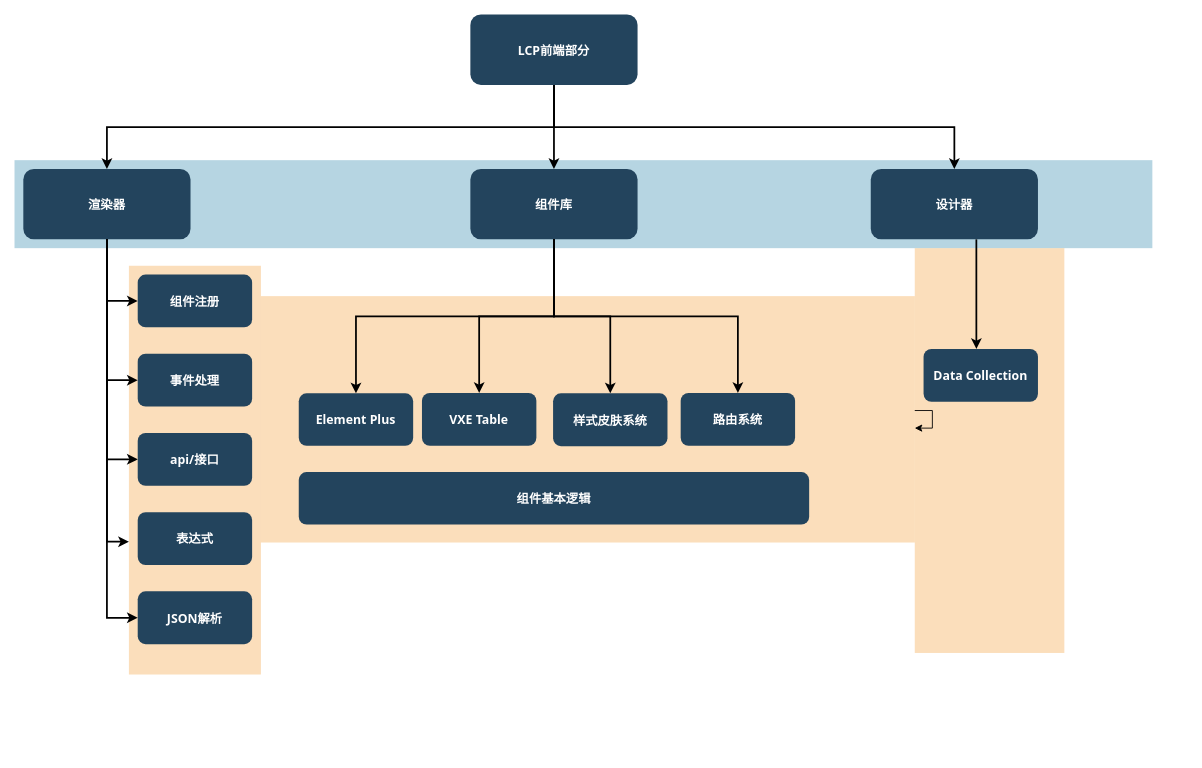
Earlier version of the draw.io diagram 模块功能.drawio (eddyzhang1986/lcparch). Source tidied: cells renumbered, new cells numbered last; positions are measured from the earlier drawing's top-left corner, leaving out a move shared by most shapes. Both pictures are drawn from the tidied source at 88%, with x=0, y=0 at pixel (14, 14).
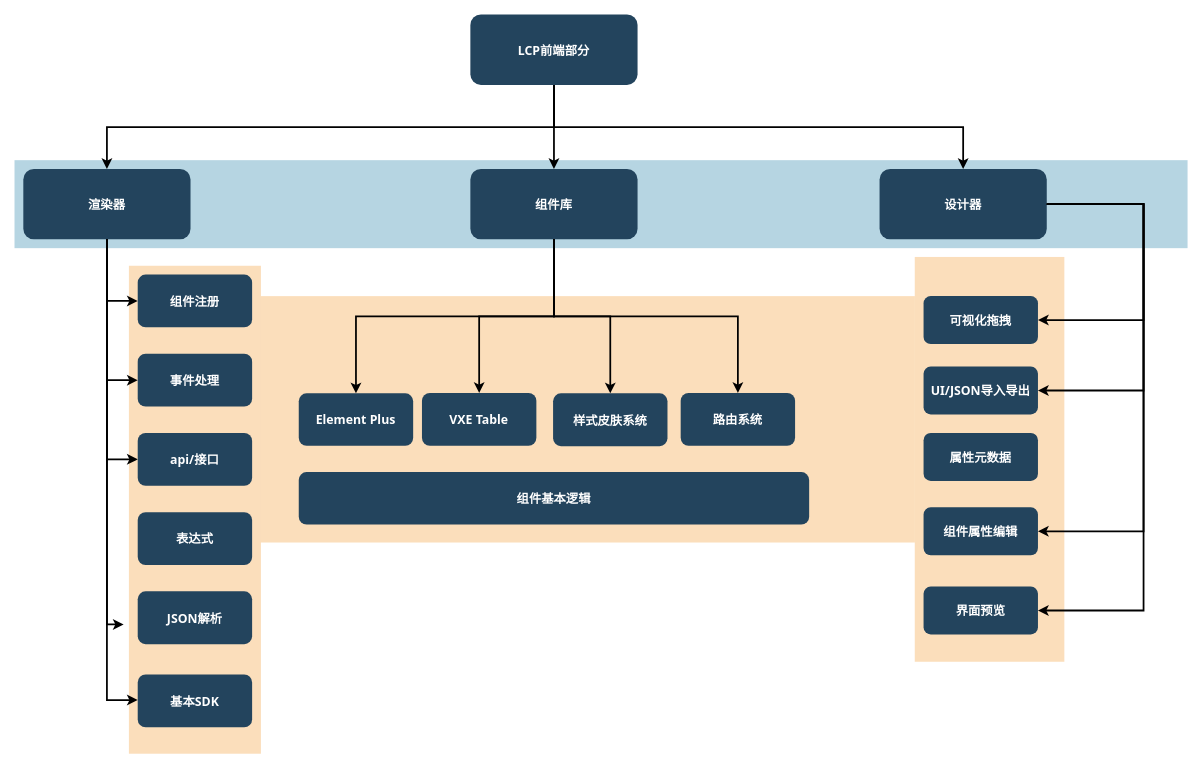
After the change.

Commit message (it also covers changes not shown here):
更新模块功能.drawio

The change refers to these unchanged cells:
```xml
<mxCell id="5" style="fillColor=#F2931E;strokeColor=none;opacity=30;" parent="1" vertex="1">
  <mxGeometry x="280" y="320" width="743" height="280" as="geometry" />
</mxCell>
<mxCell id="29" value="JSON解析" style="rounded=1;fillColor=#23445D;gradientColor=none;strokeColor=none;fontColor=#FFFFFF;fontStyle=1;fontFamily=Tahoma;fontSize=14;" parent="1" vertex="1">
  <mxGeometry x="140" y="655.5" width="130" height="60" as="geometry" />
</mxCell>
```

Diff of the diagram source:
```diff
@@
     <mxCell id="2" style="fillColor=#10739E;strokeColor=none;opacity=30;" parent="1" vertex="1">
-      <mxGeometry y="165.5" width="1293" height="100" as="geometry" />
+      <mxGeometry y="165.5" width="1333" height="100" as="geometry" />
     </mxCell>
     <mxCell id="3" style="fillColor=#F2931E;strokeColor=none;opacity=30;" parent="1" vertex="1">
-      <mxGeometry x="1023" y="265.5" width="170" height="460" as="geometry" />
+      <mxGeometry x="1023" y="275.5" width="170" height="460" as="geometry" />
     </mxCell>
     <mxCell id="4" style="fillColor=#F2931E;strokeColor=none;opacity=30;" parent="1" vertex="1">
-      <mxGeometry x="130" y="285.5" width="150" height="464.5" as="geometry" />
+      <mxGeometry x="130" y="285.5" width="150" height="554.5" as="geometry" />
     </mxCell>
@@
     <mxCell id="7" value="设计器" style="rounded=1;fillColor=#23445D;gradientColor=none;strokeColor=none;fontColor=#FFFFFF;fontStyle=1;fontFamily=Tahoma;fontSize=14;" parent="1" vertex="1">
-      <mxGeometry x="973" y="175.5" width="190" height="80" as="geometry" />
+      <mxGeometry x="983" y="175.5" width="190" height="80" as="geometry" />
     </mxCell>
@@
-    <mxCell id="19" value="Data Collection" style="rounded=1;fillColor=#23445D;gradientColor=none;strokeColor=none;fontColor=#FFFFFF;fontStyle=1;fontFamily=Tahoma;fontSize=14;" parent="1" vertex="1">
-      <mxGeometry x="1033" y="380" width="130" height="60" as="geometry" />
+    <mxCell id="19" value="可视化拖拽" style="rounded=1;fillColor=#23445D;gradientColor=none;strokeColor=none;fontColor=#FFFFFF;fontStyle=1;fontFamily=Tahoma;fontSize=14;" parent="1" vertex="1">
+      <mxGeometry x="1033" y="320" width="130" height="54.5" as="geometry" />
     </mxCell>
@@
-    <mxCell id="27" style="edgeStyle=elbowEdgeStyle;elbow=vertical;strokeWidth=2;rounded=0;" parent="1" edge="1">
-      <mxGeometry x="-23" y="135.5" as="geometry">
-        <mxPoint x="1093" y="255.5" as="sourcePoint" />
-        <mxPoint x="1093" y="380" as="targetPoint" />
-        <Array as="points">
-          <mxPoint x="1093" y="350" />
-        </Array>
-      </mxGeometry>
-    </mxCell>
@@
-    <mxCell id="30" style="edgeStyle=elbowEdgeStyle;elbow=horizontal;strokeWidth=2;rounded=0;entryX=0;entryY=0.675;entryDx=0;entryDy=0;entryPerimeter=0;" parent="1" edge="1" target="4">
+    <mxCell id="30" style="edgeStyle=elbowEdgeStyle;elbow=horizontal;strokeWidth=2;rounded=0;entryX=-0.04;entryY=0.735;entryDx=0;entryDy=0;entryPerimeter=0;" parent="1" edge="1" target="4">
       <mxGeometry x="-23" y="135.5" as="geometry">
         <mxPoint x="105" y="255.5" as="sourcePoint" />
         <Array as="points">
           <mxPoint x="105" y="365" />
         </Array>
       </mxGeometry>
     </mxCell>
-    <mxCell id="31" style="edgeStyle=elbowEdgeStyle;elbow=horizontal;strokeWidth=2;rounded=0;entryX=0;entryY=0.5;entryDx=0;entryDy=0;" parent="1" edge="1" target="29">
+    <mxCell id="31" style="edgeStyle=elbowEdgeStyle;elbow=horizontal;strokeWidth=2;rounded=0;entryX=0;entryY=0.5;entryDx=0;entryDy=0;" parent="1" edge="1">
       <mxGeometry x="-23" y="135.5" as="geometry">
-        <mxPoint x="105" y="256.5" as="sourcePoint" />
+        <mxPoint x="105" y="350" as="sourcePoint" />
+        <mxPoint x="140" y="779" as="targetPoint" />
         <Array as="points">
-          <mxPoint x="105" y="366" />
+          <mxPoint x="105" y="459.5" />
         </Array>
       </mxGeometry>
     </mxCell>
@@
-    <mxCell id="33" style="edgeStyle=orthogonalEdgeStyle;rounded=0;orthogonalLoop=1;jettySize=auto;html=1;" parent="1" edge="1" source="5" target="5">
-      <mxGeometry relative="1" as="geometry" />
-    </mxCell>
@@
+    <mxCell id="35" value="UI/JSON导入导出" style="rounded=1;fillColor=#23445D;gradientColor=none;strokeColor=none;fontColor=#FFFFFF;fontStyle=1;fontFamily=Tahoma;fontSize=14;" parent="1" vertex="1">
+      <mxGeometry x="1033" y="400" width="130" height="54.5" as="geometry" />
+    </mxCell>
+    <mxCell id="36" value="属性元数据" style="rounded=1;fillColor=#23445D;gradientColor=none;strokeColor=none;fontColor=#FFFFFF;fontStyle=1;fontFamily=Tahoma;fontSize=14;" parent="1" vertex="1">
+      <mxGeometry x="1033" y="475.5" width="130" height="54.5" as="geometry" />
+    </mxCell>
+    <mxCell id="37" value="组件属性编辑" style="rounded=1;fillColor=#23445D;gradientColor=none;strokeColor=none;fontColor=#FFFFFF;fontStyle=1;fontFamily=Tahoma;fontSize=14;" parent="1" vertex="1">
+      <mxGeometry x="1033" y="560" width="130" height="54.5" as="geometry" />
+    </mxCell>
+    <mxCell id="38" value="界面预览" style="rounded=1;fillColor=#23445D;gradientColor=none;strokeColor=none;fontColor=#FFFFFF;fontStyle=1;fontFamily=Tahoma;fontSize=14;" parent="1" vertex="1">
+      <mxGeometry x="1033" y="650" width="130" height="54.5" as="geometry" />
+    </mxCell>
+    <mxCell id="39" value="基本SDK" style="rounded=1;fillColor=#23445D;gradientColor=none;strokeColor=none;fontColor=#FFFFFF;fontStyle=1;fontFamily=Tahoma;fontSize=14;" parent="1" vertex="1">
+      <mxGeometry x="140" y="750" width="130" height="60" as="geometry" />
+    </mxCell>
+    <mxCell id="40" style="edgeStyle=elbowEdgeStyle;elbow=vertical;strokeWidth=2;rounded=0;entryX=1;entryY=0.5;entryDx=0;entryDy=0;exitX=1;exitY=0.5;exitDx=0;exitDy=0;" parent="1" edge="1" source="7" target="35">
+      <mxGeometry x="-23" y="135.5" as="geometry">
+        <Array as="points">
+          <mxPoint x="1283" y="417" />
+        </Array>
+      </mxGeometry>
+    </mxCell>
+    <mxCell id="41" style="edgeStyle=elbowEdgeStyle;elbow=vertical;strokeWidth=2;rounded=0;entryX=1;entryY=0.5;entryDx=0;entryDy=0;exitX=1;exitY=0.5;exitDx=0;exitDy=0;" parent="1" edge="1" source="7" target="19">
+      <mxGeometry x="-23" y="135.5" as="geometry">
+        <Array as="points">
+          <mxPoint x="1283" y="280" />
+        </Array>
+      </mxGeometry>
+    </mxCell>
+    <mxCell id="42" style="edgeStyle=elbowEdgeStyle;elbow=vertical;strokeWidth=2;rounded=0;exitX=1;exitY=0.5;exitDx=0;exitDy=0;" parent="1" edge="1" source="7" target="38">
+      <mxGeometry x="-23" y="135.5" as="geometry">
+        <Array as="points">
+          <mxPoint x="1283" y="450" />
+        </Array>
+      </mxGeometry>
+    </mxCell>
+    <mxCell id="43" style="edgeStyle=elbowEdgeStyle;elbow=vertical;strokeWidth=2;rounded=0;entryX=1;entryY=0.5;entryDx=0;entryDy=0;exitX=1;exitY=0.5;exitDx=0;exitDy=0;" parent="1" edge="1" source="7" target="37">
+      <mxGeometry x="-23" y="135.5" as="geometry">
+        <Array as="points">
+          <mxPoint x="1283" y="400" />
+        </Array>
+      </mxGeometry>
+    </mxCell>
```
